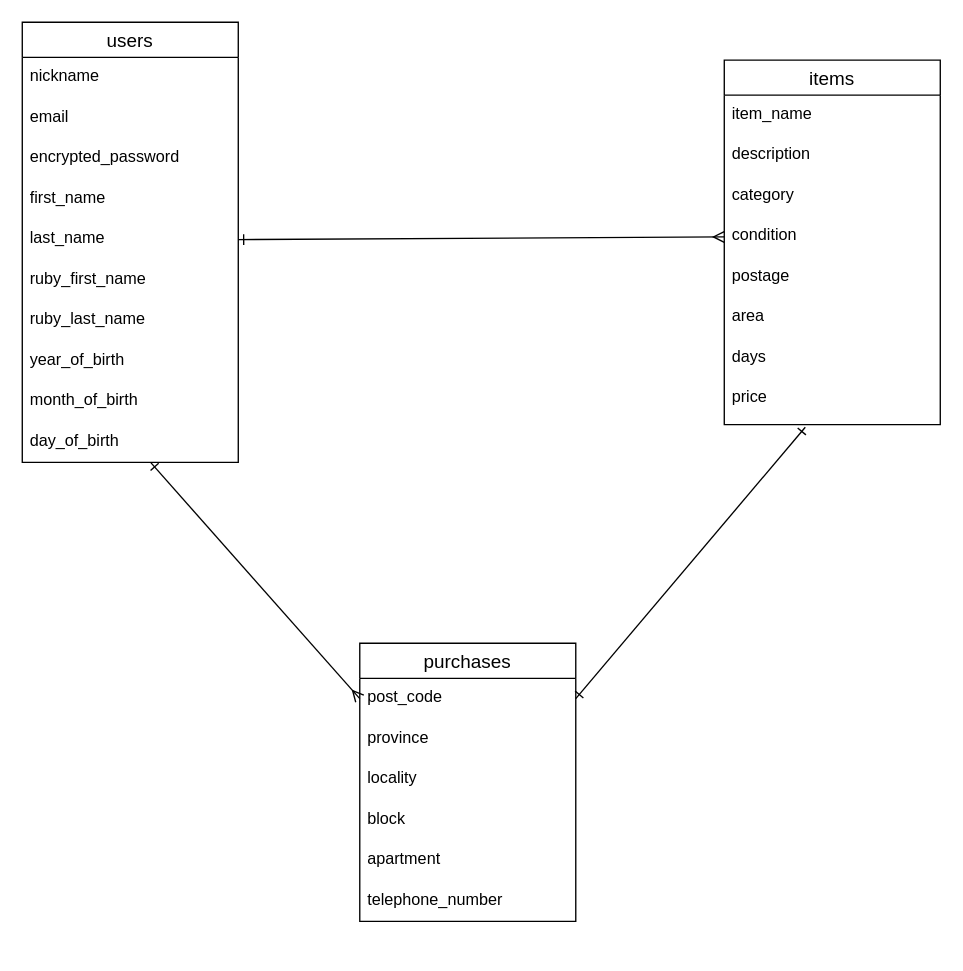
Above: ERdiagram.dio in shibaei/furima-38748 (draw.io), before the change. Source tidied: cells renumbered, new cells numbered last; positions are measured from the earlier drawing's top-left corner, leaving out a move shared by most shapes. Both pictures are drawn from the tidied source at 135%, with x=0, y=0 at pixel (22, 22).
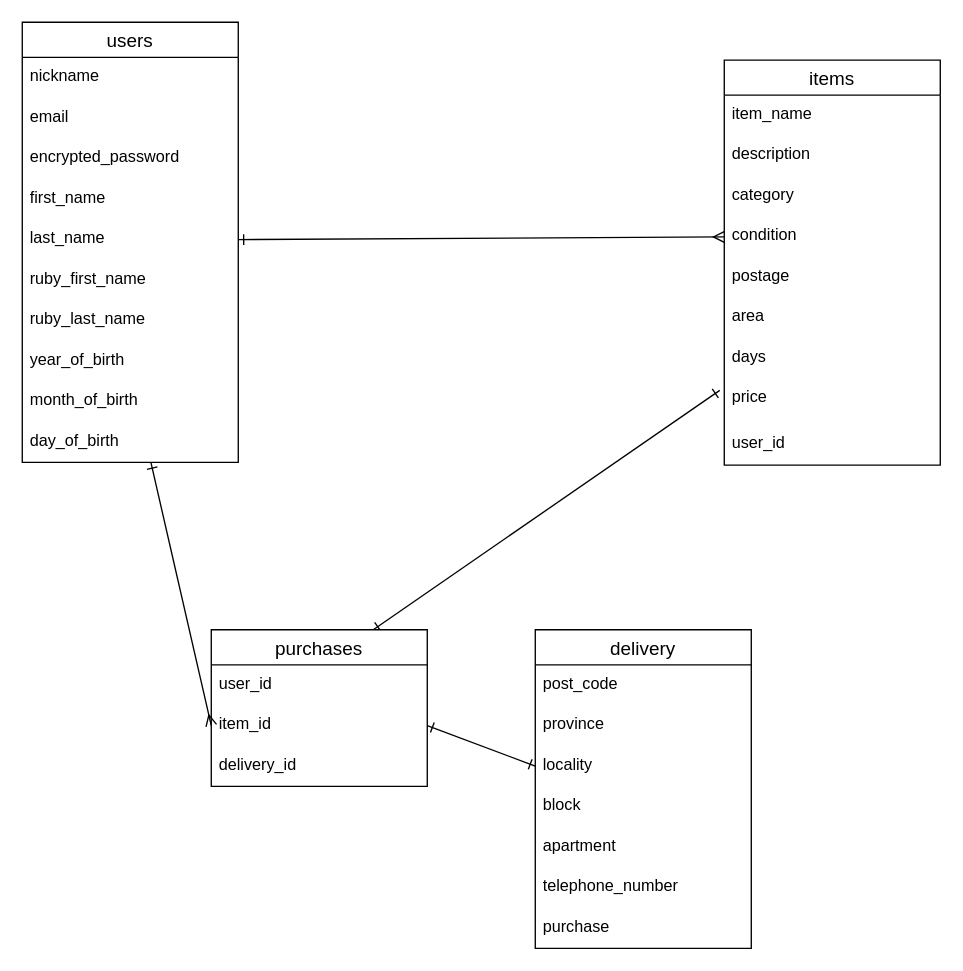
Above is the later version.

Commit message:
ER図購入管理追加

Unchanged cells that the change refers to:
```xml
<mxCell id="10" value="price" style="text;strokeColor=none;fillColor=none;spacingLeft=4;spacingRight=4;overflow=hidden;points=[[0,0.5],[1,0.5]];portConstraint=eastwest;fontSize=12;" parent="2" vertex="1">
  <mxGeometry y="236" width="160" height="34" as="geometry" />
</mxCell>
<mxCell id="21" value="day_of_birth" style="text;strokeColor=none;fillColor=none;spacingLeft=4;spacingRight=4;overflow=hidden;points=[[0,0.5],[1,0.5]];portConstraint=eastwest;fontSize=12;" parent="11" vertex="1">
  <mxGeometry y="296" width="160" height="30" as="geometry" />
</mxCell>
<mxCell id="23" value="post_code" style="text;strokeColor=none;fillColor=none;spacingLeft=4;spacingRight=4;overflow=hidden;points=[[0,0.5],[1,0.5]];portConstraint=eastwest;fontSize=12;" parent="22" vertex="1">
  <mxGeometry y="26" width="160" height="30" as="geometry" />
</mxCell>
<mxCell id="25" value="locality" style="text;strokeColor=none;fillColor=none;spacingLeft=4;spacingRight=4;overflow=hidden;points=[[0,0.5],[1,0.5]];portConstraint=eastwest;fontSize=12;" parent="22" vertex="1">
  <mxGeometry y="86" width="160" height="30" as="geometry" />
</mxCell>
```

Change to the diagram source:
```diff
@@
     <mxCell id="2" value="items" style="swimlane;fontStyle=0;horizontal=1;startSize=26;align=center;fontSize=14;" parent="1" vertex="1">
-      <mxGeometry x="520" y="28" width="160" height="270" as="geometry" />
+      <mxGeometry x="520" y="28" width="160" height="300" as="geometry" />
     </mxCell>
@@
+    <mxCell id="32" value="user_id" style="text;strokeColor=none;fillColor=none;spacingLeft=4;spacingRight=4;overflow=hidden;fontSize=12;" parent="2" vertex="1">
+      <mxGeometry y="270" width="160" height="30" as="geometry" />
+    </mxCell>
@@
-    <mxCell id="22" value="purchases" style="swimlane;fontStyle=0;horizontal=1;startSize=26;align=center;fontSize=14;" parent="1" vertex="1">
-      <mxGeometry x="250" y="460" width="160" height="206" as="geometry" />
+    <mxCell id="22" value="delivery" style="swimlane;fontStyle=0;horizontal=1;startSize=26;align=center;fontSize=14;" parent="1" vertex="1">
+      <mxGeometry x="380" y="450" width="160" height="236" as="geometry" />
     </mxCell>
@@
+    <mxCell id="33" value="purchase" style="text;strokeColor=none;fillColor=none;spacingLeft=4;spacingRight=4;overflow=hidden;fontSize=12;" parent="22" vertex="1">
+      <mxGeometry y="206" width="160" height="30" as="geometry" />
+    </mxCell>
@@
-    <mxCell id="30" style="edgeStyle=none;html=1;exitX=0;exitY=0.5;exitDx=0;exitDy=0;entryX=0.596;entryY=1.013;entryDx=0;entryDy=0;entryPerimeter=0;startArrow=ERmany;startFill=0;endArrow=ERone;endFill=0;" parent="1" edge="1" source="23" target="21">
+    <mxCell id="30" style="edgeStyle=none;html=1;exitX=0;exitY=0.5;exitDx=0;exitDy=0;entryX=0.596;entryY=1.013;entryDx=0;entryDy=0;entryPerimeter=0;startArrow=ERmany;startFill=0;endArrow=ERone;endFill=0;" parent="1" edge="1" source="36" target="21">
       <mxGeometry relative="1" as="geometry" />
     </mxCell>
-    <mxCell id="31" style="edgeStyle=none;html=1;exitX=1;exitY=0.5;exitDx=0;exitDy=0;startArrow=ERone;startFill=0;endArrow=ERone;endFill=0;" parent="1" edge="1" source="23">
-      <mxGeometry relative="1" as="geometry">
-        <mxPoint x="580" y="300" as="targetPoint" />
-      </mxGeometry>
+    <mxCell id="31" style="edgeStyle=none;html=1;exitX=0.75;exitY=0;exitDx=0;exitDy=0;startArrow=ERone;startFill=0;endArrow=ERone;endFill=0;entryX=-0.021;entryY=0.254;entryDx=0;entryDy=0;entryPerimeter=0;" parent="1" edge="1" source="34" target="10">
+      <mxGeometry relative="1" as="geometry" />
     </mxCell>
+    <mxCell id="34" value="purchases" style="swimlane;fontStyle=0;horizontal=1;startSize=26;align=center;fontSize=14;" parent="1" vertex="1">
+      <mxGeometry x="140" y="450" width="160" height="116" as="geometry" />
+    </mxCell>
+    <mxCell id="35" value="user_id" style="text;strokeColor=none;fillColor=none;spacingLeft=4;spacingRight=4;overflow=hidden;fontSize=12;" parent="34" vertex="1">
+      <mxGeometry y="26" width="160" height="30" as="geometry" />
+    </mxCell>
+    <mxCell id="36" value="item_id" style="text;strokeColor=none;fillColor=none;spacingLeft=4;spacingRight=4;overflow=hidden;points=[[0,0.5],[1,0.5]];portConstraint=eastwest;fontSize=12;" parent="34" vertex="1">
+      <mxGeometry y="56" width="160" height="30" as="geometry" />
+    </mxCell>
+    <mxCell id="37" value="delivery_id" style="text;strokeColor=none;fillColor=none;spacingLeft=4;spacingRight=4;overflow=hidden;fontSize=12;" parent="34" vertex="1">
+      <mxGeometry y="86" width="160" height="30" as="geometry" />
+    </mxCell>
+    <mxCell id="38" style="edgeStyle=none;html=1;exitX=1;exitY=0.5;exitDx=0;exitDy=0;entryX=0;entryY=0.5;entryDx=0;entryDy=0;startArrow=ERone;startFill=0;endArrow=ERone;endFill=0;" parent="1" edge="1" source="36" target="25">
+      <mxGeometry relative="1" as="geometry" />
+    </mxCell>
```
